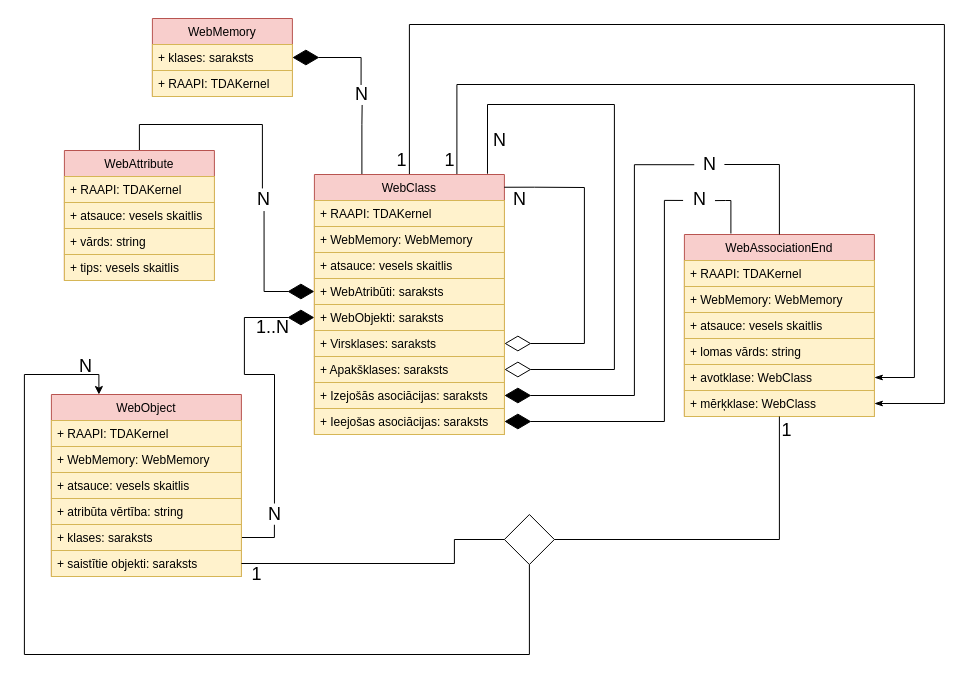
This is page "Datu struktūras" (2 of 10) of src/Kvalifikacijas darbs/Diagrammas/WebMemory.drawio from artiks12/webAppOS, a draw.io file, before an edit. Source tidied: cells renumbered, new cells numbered last; positions are measured from the earlier drawing's top-left corner, leaving out a move shared by most shapes. Both pictures are drawn from the tidied source at 100%, with x=0, y=0 at pixel (24, 18).
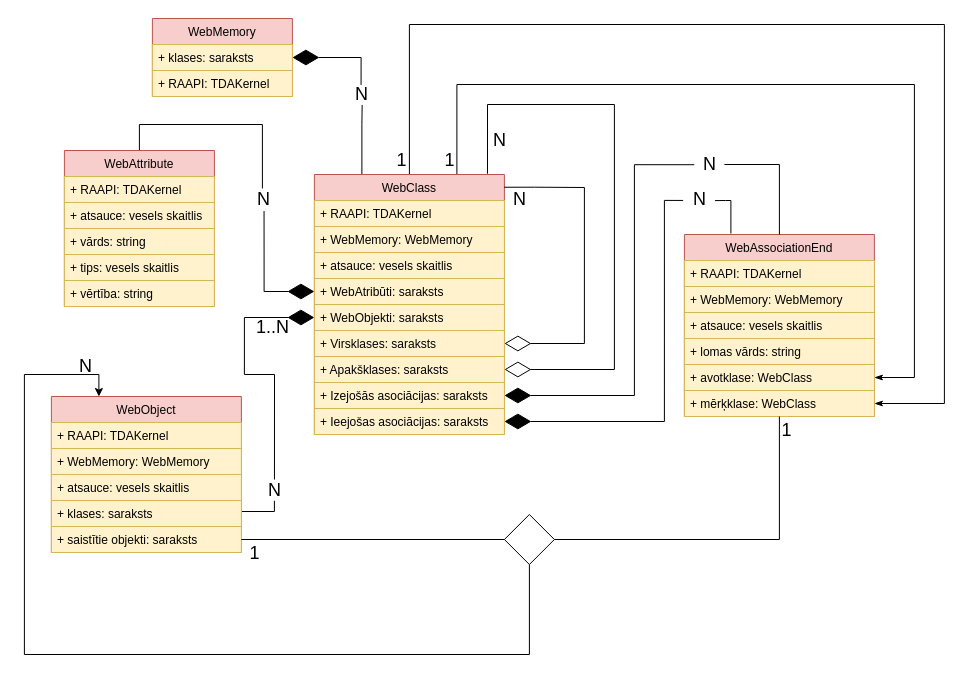
The same diagram, later.

Unchanged cells that the change refers to:
```xml
<mxCell id="56" style="rhombus;whiteSpace=wrap;html=1;" parent="1" vertex="1">
  <mxGeometry x="479.9" y="496" width="50" height="50" as="geometry" />
</mxCell>
```

Change to the diagram source:
```diff
@@
     <mxCell id="9" value="&lt;font style=&quot;font-size: 18px&quot;&gt;N&lt;/font&gt;" style="text;html=1;align=center;verticalAlign=middle;points=[];strokeColor=none;fillColor=none;fontSize=12;" parent="1" vertex="1">
-      <mxGeometry x="234.9" y="486" width="30" height="20" as="geometry" />
+      <mxGeometry x="234.9" y="462" width="30" height="20" as="geometry" />
     </mxCell>
     <mxCell id="10" style="endArrow=none;endFill=1;endSize=24;html=1;rounded=0;edgeStyle=orthogonalEdgeStyle;entryX=0.5;entryY=1.014;entryDx=0;entryDy=0;entryPerimeter=0;exitX=1;exitY=0.5;exitDx=0;exitDy=0;" parent="1" edge="1" source="45" target="9">
       <mxGeometry relative="1" as="geometry">
         <Array as="points">
-          <mxPoint x="249.9" y="519" />
+          <mxPoint x="250" y="493" />
         </Array>
       </mxGeometry>
     </mxCell>
@@
     <mxCell id="16" value="WebAttribute" style="swimlane;fontStyle=0;horizontal=1;startSize=26;fillColor=#f8cecc;strokeColor=#b85450;" parent="1" vertex="1">
-      <mxGeometry x="39.9" y="132" width="150" height="130" as="geometry" />
+      <mxGeometry x="39.9" y="132" width="150" height="156" as="geometry" />
     </mxCell>
@@
+    <mxCell id="65" value="+ vērtība: string" style="text;strokeColor=#d6b656;fillColor=#fff2cc;align=left;verticalAlign=top;spacingLeft=4;spacingRight=4;overflow=hidden;" parent="16" vertex="1">
+      <mxGeometry y="130" width="150" height="26" as="geometry" />
+    </mxCell>
@@
     <mxCell id="40" value="WebObject" style="swimlane;fontStyle=0;horizontal=1;startSize=26;fillColor=#f8cecc;strokeColor=#b85450;" parent="1" vertex="1">
-      <mxGeometry x="26.9" y="376" width="190" height="182" as="geometry" />
+      <mxGeometry x="26.9" y="378" width="190" height="156" as="geometry" />
     </mxCell>
@@
-    <mxCell id="44" value="+ atribūta vērtība: string" style="text;strokeColor=#d6b656;fillColor=#fff2cc;align=left;verticalAlign=top;spacingLeft=4;spacingRight=4;overflow=hidden;" parent="40" vertex="1">
-      <mxGeometry y="104" width="190" height="26" as="geometry" />
-    </mxCell>
     <mxCell id="45" value="+ klases: saraksts" style="text;strokeColor=#d6b656;fillColor=#fff2cc;align=left;verticalAlign=top;spacingLeft=4;spacingRight=4;overflow=hidden;points=[[0,0.5],[1,0.5]];portConstraint=eastwest;" parent="40" vertex="1">
-      <mxGeometry y="130" width="190" height="26" as="geometry" />
+      <mxGeometry y="104" width="190" height="26" as="geometry" />
     </mxCell>
     <mxCell id="46" value="+ saistītie objekti: saraksts" style="text;strokeColor=#d6b656;fillColor=#fff2cc;align=left;verticalAlign=top;spacingLeft=4;spacingRight=4;overflow=hidden;points=[[0,0.5],[1,0.5]];portConstraint=eastwest;" parent="40" vertex="1">
-      <mxGeometry y="156" width="190" height="26" as="geometry" />
+      <mxGeometry y="130" width="190" height="26" as="geometry" />
     </mxCell>
@@
     <mxCell id="57" style="endArrow=none;endFill=1;endSize=24;html=1;rounded=0;edgeStyle=orthogonalEdgeStyle;entryX=0;entryY=0.5;entryDx=0;entryDy=0;exitX=1;exitY=0.5;exitDx=0;exitDy=0;" parent="1" edge="1" source="46" target="56">
       <mxGeometry relative="1" as="geometry">
         <Array as="points">
-          <mxPoint x="429.9" y="545" />
-          <mxPoint x="429.9" y="521" />
+          <mxPoint x="217" y="521" />
         </Array>
       </mxGeometry>
     </mxCell>
@@
     <mxCell id="60" value="&lt;font style=&quot;font-size: 18px&quot;&gt;1&lt;/font&gt;" style="text;html=1;align=center;verticalAlign=middle;strokeColor=none;fillColor=none;fontSize=12;" parent="1" vertex="1">
-      <mxGeometry x="216.9" y="546" width="30" height="20" as="geometry" />
+      <mxGeometry x="214.9" y="525" width="30" height="20" as="geometry" />
     </mxCell>
```
